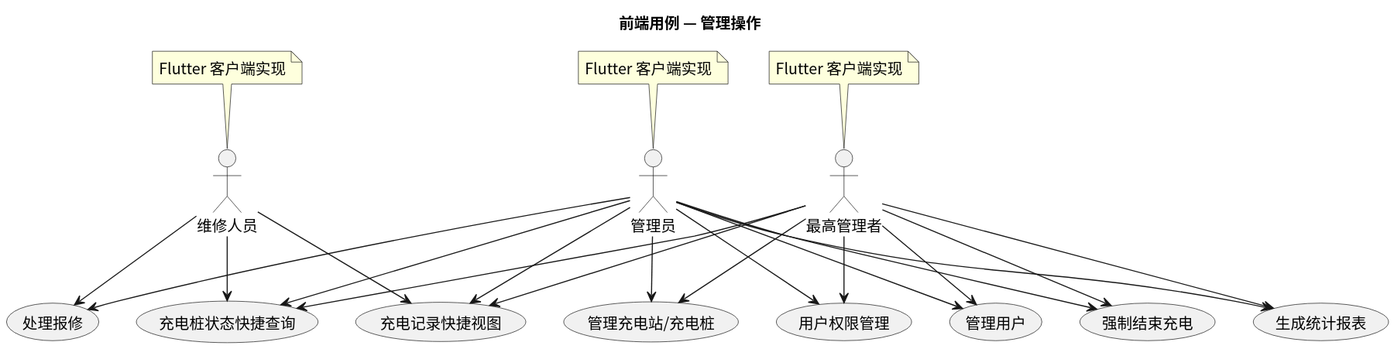
Before: usecase/docs/frontend/img/frontend_admin_usecases.svg, a diagram exported from PlantUML (greenhandzdl/charging-station-doc).
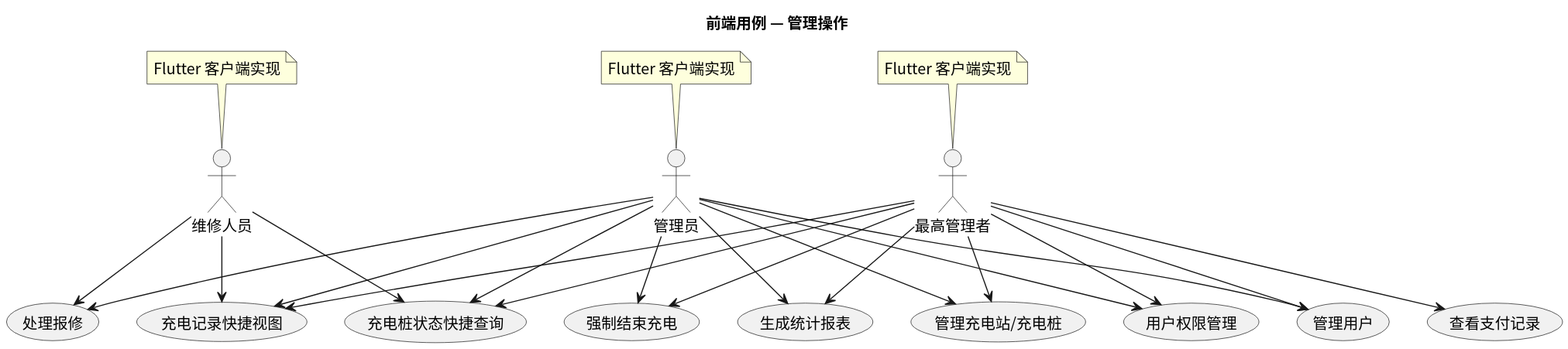
The same diagram one commit later.

Diff of the diagram source:
```diff
@@ -19,6 +19,7 @@
 usecase "强制结束充电" as FSC
 usecase "生成统计报表" as GS
 usecase "充电桩状态快捷查询" as QC
+usecase "查看支付记录" as VPR
 usecase "充电记录快捷视图" as QV
 
 A --> HR
@@ -39,4 +40,5 @@
 SA --> GS
 SA --> QC
 SA --> QV
+	SA --> VPR
 @enduml
```
